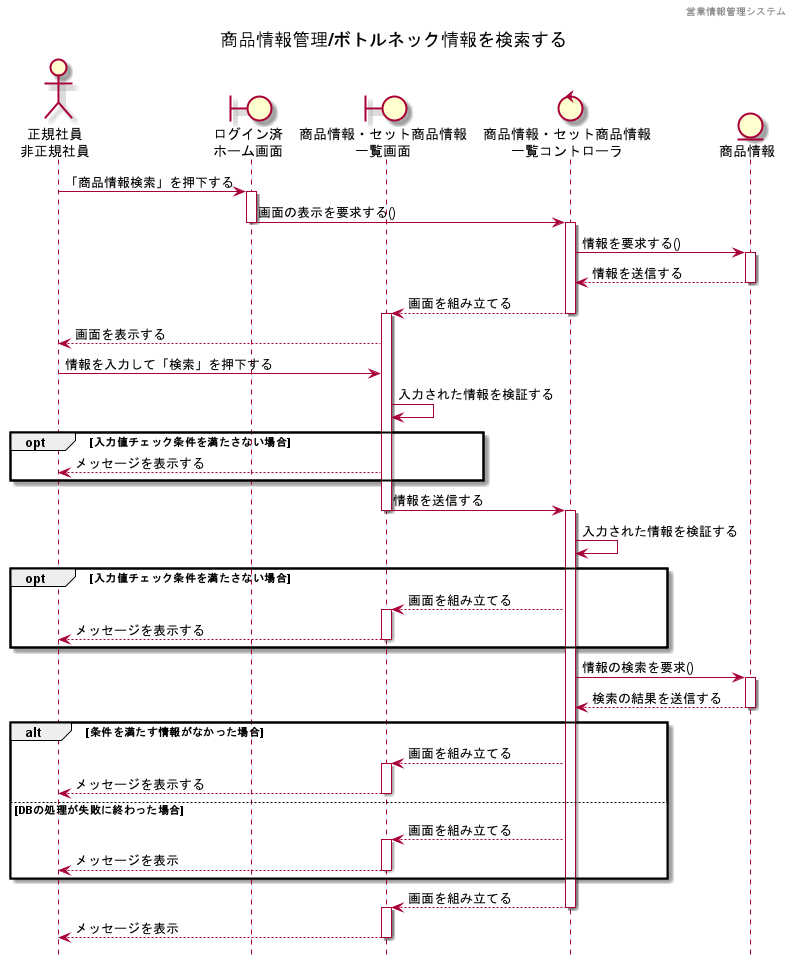
Earlier version of the PlantUML export 各種設計書/4シーケンス図/images/検索機能/ボトルネック情報検索.png (HaruShim/Sotuken).
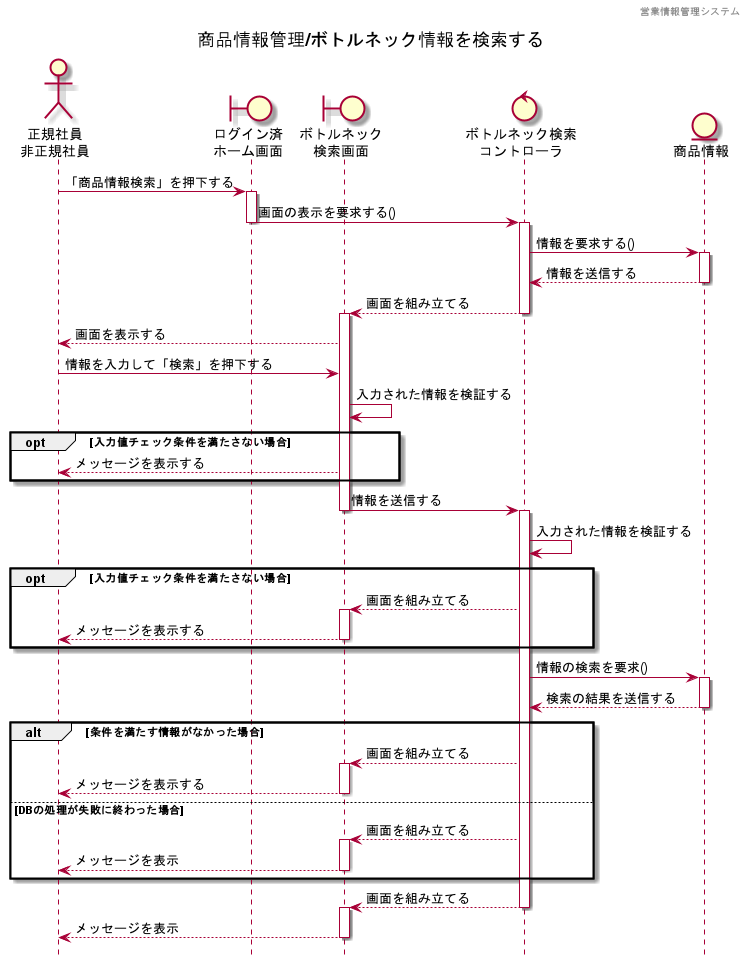
Above is the later version.

What changed in the source:
```diff
@@ -7,9 +7,9 @@
 actor "正規社員\n非正規社員" as a1
 
 boundary "ログイン済\nホーム画面" as b1
-boundary "商品情報・セット商品情報\n一覧画面" as b2
+boundary "ボトルネック\n検索画面" as b2
 
-control "商品情報・セット商品情報\n一覧コントローラ" as c1
+control "ボトルネック検索\nコントローラ" as c1
 
 entity "商品情報" as e1
 
```
